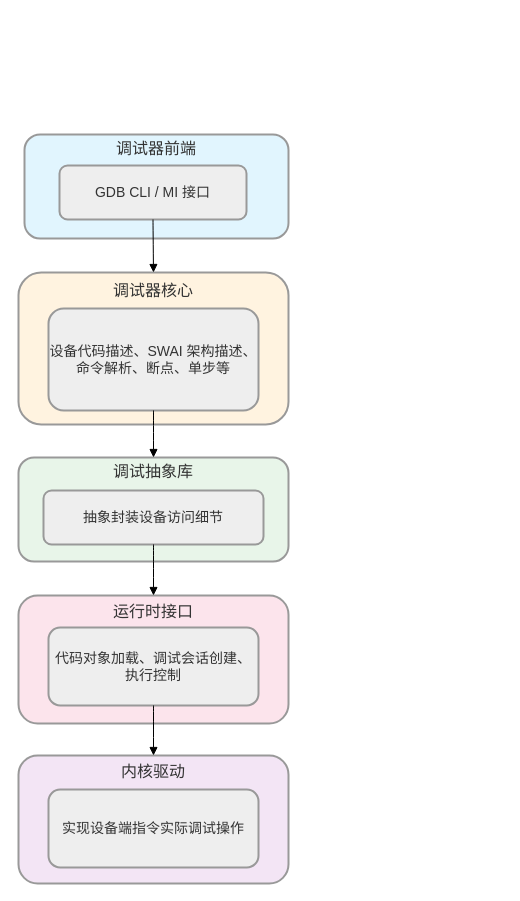
The draw.io diagram swprofiler_arch.drawio in HanxuLiu/drawio-files, before the edit. Source tidied: cells renumbered, new cells numbered last; positions are measured from the earlier drawing's top-left corner, leaving out a move shared by most shapes. Both pictures are drawn from the tidied source at 100%, with x=0, y=0 at pixel (18, 134).
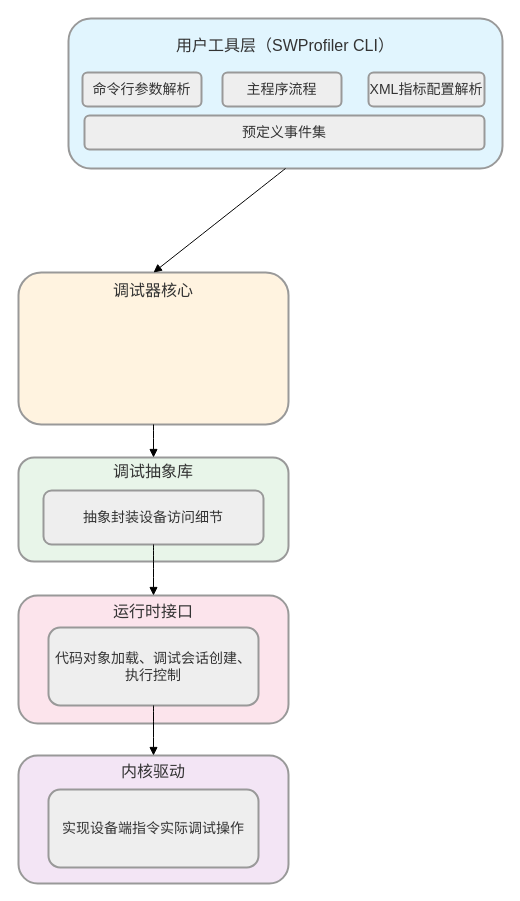
The same diagram, later.

Diff of the diagram source:
```diff
@@
 <mxGraphModel>
   <root>
     <mxCell id="0" />
     <mxCell id="1" parent="0" />
     <mxCell id="2" value="内核驱动&#10;&#10;&#10;&#10;&#10;" style="whiteSpace=wrap;strokeWidth=2;fillColor=#f3e5f5;strokeColor=light-dark(#999999,#cccccc);fontColor=light-dark(#333333,#cccccc);shadow=0;rounded=1;fontSize=16;" parent="1" vertex="1">
       <mxGeometry y="621" width="270" height="128" as="geometry" />
     </mxCell>
     <mxCell id="3" value="运行时接口&#10;&#10;&#10;&#10;&#10;" style="whiteSpace=wrap;strokeWidth=2;fillColor=#fce4ec;strokeColor=light-dark(#999999,#cccccc);fontColor=light-dark(#333333,#cccccc);shadow=0;rounded=1;fontSize=16;" parent="1" vertex="1">
       <mxGeometry y="461" width="270" height="128" as="geometry" />
     </mxCell>
     <mxCell id="4" value="调试抽象库&#10;&#10;&#10;&#10;" style="whiteSpace=wrap;strokeWidth=2;fillColor=#e8f5e9;strokeColor=light-dark(#999999,#cccccc);fontColor=light-dark(#333333,#cccccc);shadow=0;rounded=1;fontSize=16;" parent="1" vertex="1">
       <mxGeometry y="323" width="270" height="104" as="geometry" />
     </mxCell>
     <mxCell id="5" value="调试器核心&#10;&#10;&#10;&#10;&#10;&#10;" style="whiteSpace=wrap;strokeWidth=2;fillColor=#fff3e0;strokeColor=light-dark(#999999,#cccccc);fontColor=light-dark(#333333,#cccccc);shadow=0;rounded=1;fontSize=16;" parent="1" vertex="1">
       <mxGeometry y="138" width="270" height="152" as="geometry" />
     </mxCell>
-    <mxCell id="6" value="调试器前端&#10;&#10;&#10;&#10;" style="whiteSpace=wrap;strokeWidth=2;fillColor=#e1f5fe;strokeColor=light-dark(#999999,#cccccc);fontColor=light-dark(#333333,#cccccc);rounded=1;shadow=0;fontSize=16;" parent="1" vertex="1">
-      <mxGeometry x="6" width="264" height="104" as="geometry" />
+    <mxCell id="6" value="用户工具层（SWProfiler CLI）&#10;&#10;&#10;&#10;&#10;" style="whiteSpace=wrap;strokeWidth=2;fillColor=#e1f5fe;strokeColor=light-dark(#999999,#cccccc);fontColor=light-dark(#333333,#cccccc);rounded=1;shadow=0;fontSize=16;" parent="1" vertex="1">
+      <mxGeometry x="50" y="-116" width="434" height="150" as="geometry" />
     </mxCell>
-    <mxCell id="7" value="GDB CLI / MI 接口" style="whiteSpace=wrap;strokeWidth=2;fillColor=light-dark(#eeeeee,#1f2020);strokeColor=light-dark(#999999,#cccccc);fontColor=light-dark(#333333,#cccccc);shadow=0;rounded=1;fontSize=14;" parent="1" vertex="1">
-      <mxGeometry x="41" y="31" width="187" height="54" as="geometry" />
+    <mxCell id="7" value="命令行参数解析" style="whiteSpace=wrap;strokeWidth=2;fillColor=light-dark(#eeeeee,#1f2020);strokeColor=light-dark(#999999,#cccccc);fontColor=light-dark(#333333,#cccccc);shadow=0;rounded=1;fontSize=14;" parent="1" vertex="1">
+      <mxGeometry x="64" y="-62" width="119" height="34" as="geometry" />
     </mxCell>
-    <mxCell id="8" value="设备代码描述、SWAI 架构描述、命令解析、断点、单步等" style="whiteSpace=wrap;strokeWidth=2;fillColor=light-dark(#eeeeee,#1f2020);strokeColor=light-dark(#999999,#cccccc);fontColor=light-dark(#333333,#cccccc);shadow=0;rounded=1;fontSize=14;" parent="1" vertex="1">
-      <mxGeometry x="30" y="174" width="210" height="102" as="geometry" />
+    <mxCell id="8" value="预定义事件集" style="whiteSpace=wrap;strokeWidth=2;fillColor=light-dark(#eeeeee,#1f2020);strokeColor=light-dark(#999999,#cccccc);fontColor=light-dark(#333333,#cccccc);shadow=0;rounded=1;fontSize=14;" parent="1" vertex="1">
+      <mxGeometry x="66" y="-19" width="400" height="34" as="geometry" />
     </mxCell>
     <mxCell id="9" value="抽象封装设备访问细节" style="whiteSpace=wrap;strokeWidth=2;fillColor=light-dark(#eeeeee,#1f2020);strokeColor=light-dark(#999999,#cccccc);fontColor=light-dark(#333333,#cccccc);shadow=0;rounded=1;fontSize=14;" parent="1" vertex="1">
       <mxGeometry x="25" y="356" width="220" height="54" as="geometry" />
     </mxCell>
     <mxCell id="10" value="代码对象加载、调试会话创建、执行控制" style="whiteSpace=wrap;strokeWidth=2;fillColor=light-dark(#eeeeee,#1f2020);strokeColor=light-dark(#999999,#cccccc);fontColor=light-dark(#333333,#cccccc);shadow=0;rounded=1;fontSize=14;" parent="1" vertex="1">
       <mxGeometry x="30" y="493" width="210" height="78" as="geometry" />
     </mxCell>
     <mxCell id="11" value="实现设备端指令实际调试操作" style="whiteSpace=wrap;strokeWidth=2;fillColor=light-dark(#eeeeee,#1f2020);strokeColor=light-dark(#999999,#cccccc);fontColor=light-dark(#333333,#cccccc);shadow=0;rounded=1;fontSize=14;" parent="1" vertex="1">
       <mxGeometry x="30" y="655" width="210" height="78" as="geometry" />
     </mxCell>
-    <mxCell id="12" style="curved=1;startArrow=none;endArrow=block;exitX=0.5;exitY=1;entryX=0.5;entryY=0;rounded=0;entryDx=0;entryDy=0;shadow=0;fontSize=14;" parent="1" edge="1" source="7" target="5">
+    <mxCell id="12" style="curved=1;startArrow=none;endArrow=block;exitX=0.5;exitY=1;entryX=0.5;entryY=0;rounded=0;entryDx=0;entryDy=0;shadow=0;fontSize=14;exitDx=0;exitDy=0;" parent="1" edge="1" source="6" target="5">
       <mxGeometry relative="1" as="geometry" />
     </mxCell>
-    <mxCell id="13" style="curved=1;startArrow=none;endArrow=block;exitX=0.5;exitY=1;entryX=0.5;entryY=0;rounded=0;entryDx=0;entryDy=0;shadow=0;fontSize=14;" parent="1" edge="1" source="8" target="4">
+    <mxCell id="13" style="curved=1;startArrow=none;endArrow=block;exitX=0.5;exitY=1;entryX=0.5;entryY=0;rounded=0;entryDx=0;entryDy=0;shadow=0;fontSize=14;exitDx=0;exitDy=0;" parent="1" edge="1" source="5" target="4">
       <mxGeometry relative="1" as="geometry" />
     </mxCell>
     <mxCell id="14" style="curved=1;startArrow=none;endArrow=block;exitX=0.5;exitY=1;rounded=0;shadow=0;fontSize=14;entryX=0.5;entryY=0;entryDx=0;entryDy=0;" parent="1" edge="1" source="9" target="3">
       <mxGeometry relative="1" as="geometry" />
     </mxCell>
     <mxCell id="15" style="curved=1;startArrow=none;endArrow=block;exitX=0.5;exitY=1;rounded=0;shadow=0;fontSize=14;entryX=0.5;entryY=0;entryDx=0;entryDy=0;" parent="1" edge="1" source="10" target="2">
       <mxGeometry relative="1" as="geometry" />
     </mxCell>
+    <mxCell id="16" value="主程序流程" style="whiteSpace=wrap;strokeWidth=2;fillColor=light-dark(#eeeeee,#1f2020);strokeColor=light-dark(#999999,#cccccc);fontColor=light-dark(#333333,#cccccc);shadow=0;rounded=1;fontSize=14;" parent="1" vertex="1">
+      <mxGeometry x="204" y="-62" width="119" height="34" as="geometry" />
+    </mxCell>
+    <mxCell id="17" value="XML指标配置解析" style="whiteSpace=wrap;strokeWidth=2;fillColor=light-dark(#eeeeee,#1f2020);strokeColor=light-dark(#999999,#cccccc);fontColor=light-dark(#333333,#cccccc);shadow=0;rounded=1;fontSize=14;" parent="1" vertex="1">
+      <mxGeometry x="350" y="-62" width="116" height="34" as="geometry" />
+    </mxCell>
   </root>
 </mxGraphModel>
```
